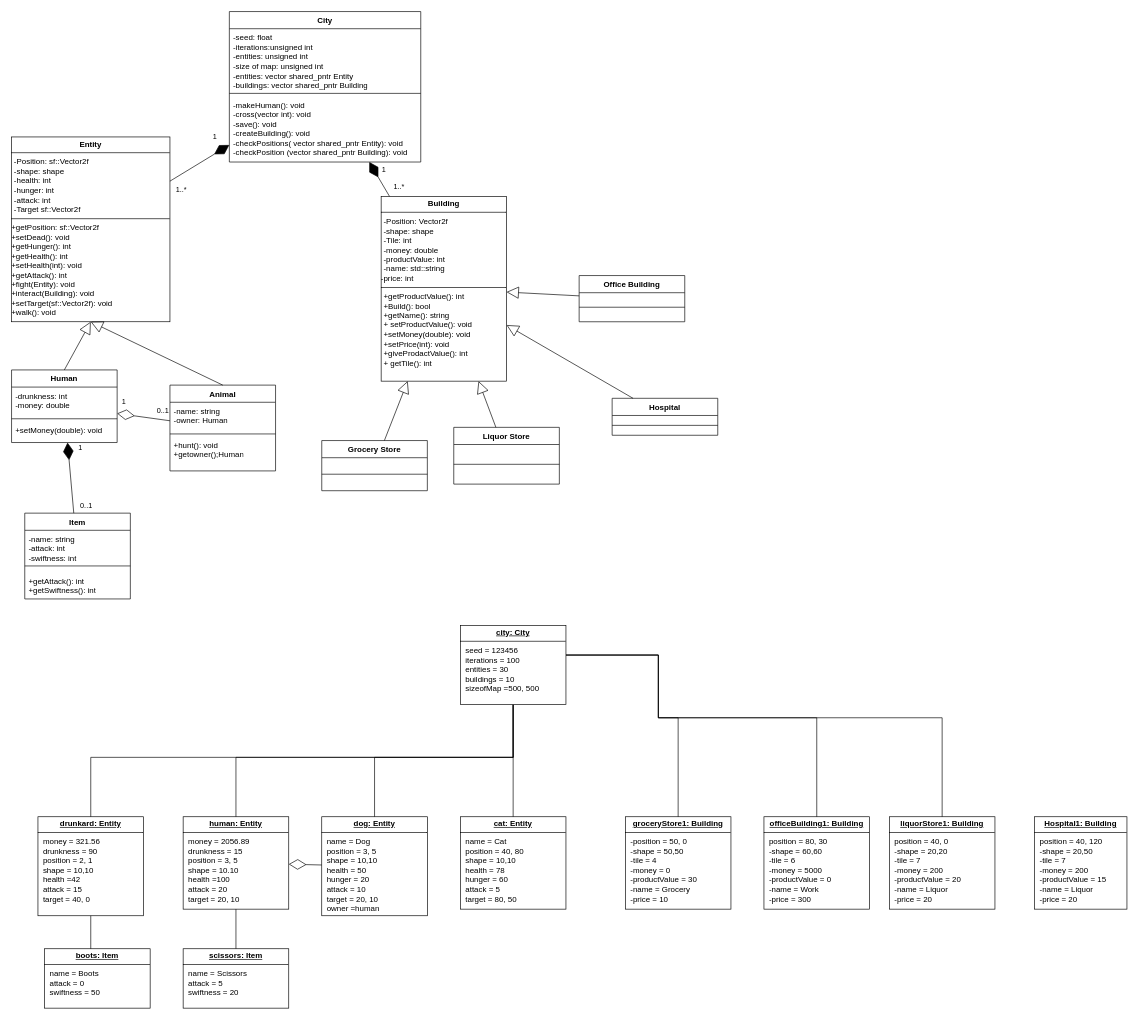
KacKep/city_simulator keeps this draw.io diagram as drawio/Diagram_Class.drawio. Above is the earlier version. Source tidied: cells renumbered, new cells numbered last; positions are measured from the earlier drawing's top-left corner, leaving out a move shared by most shapes. Both pictures are drawn from the tidied source at 66%, with x=0, y=0 at pixel (11, 11).
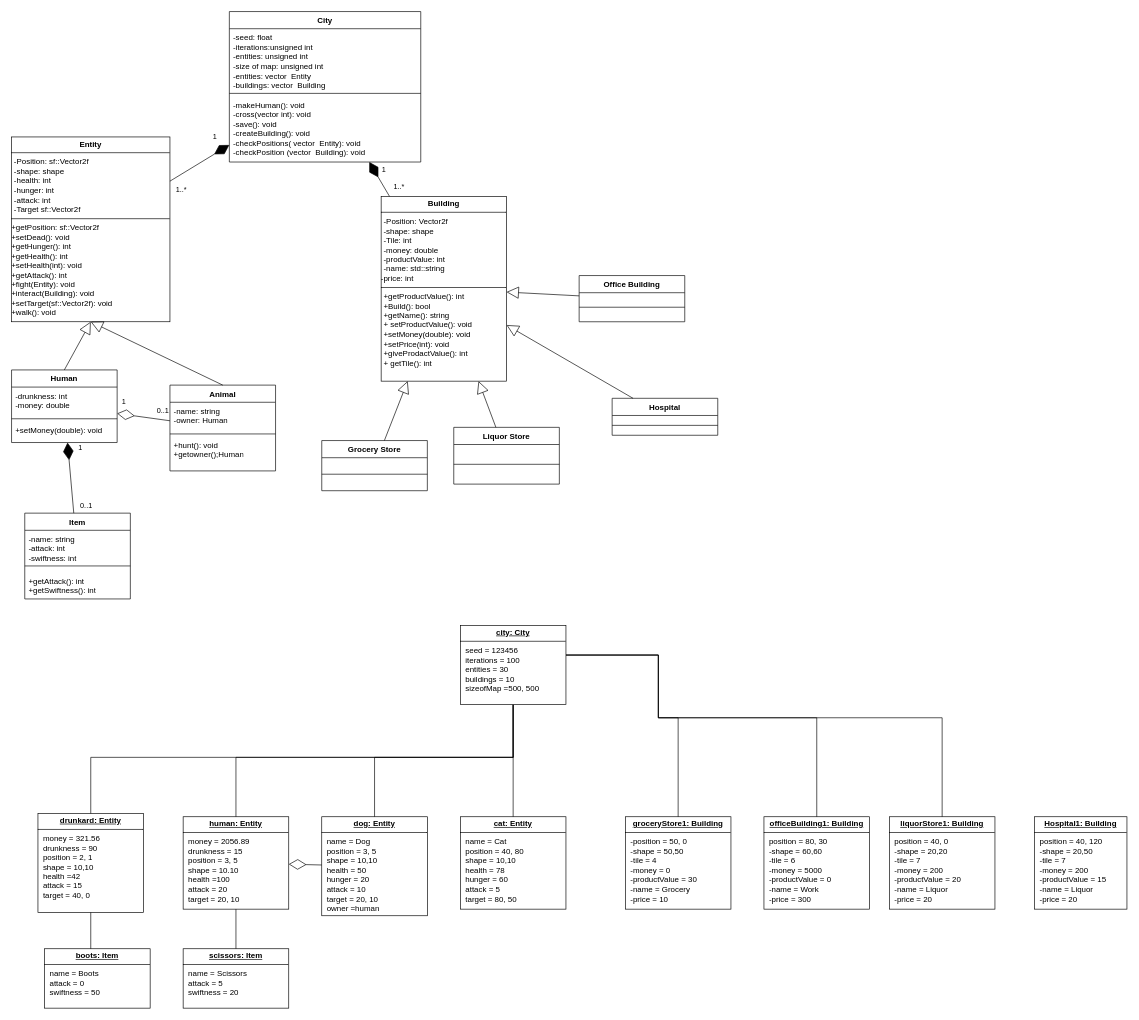
The same diagram, later.

The change refers to these unchanged cells:
```xml
<mxCell id="2" value="City" style="swimlane;fontStyle=1;align=center;verticalAlign=top;horizontal=1;startSize=26;whiteSpace=wrap;html=1;" parent="1" vertex="1">
  <mxGeometry x="330" width="290" height="228" as="geometry" />
</mxCell>
```

What changed in the source:
```diff
@@
-    <mxCell id="3" value="&lt;div&gt;-seed: float&lt;/div&gt;&lt;div&gt;-iterations:&lt;span class=&quot;html-span xdj266r x11i5rnm xat24cr x1mh8g0r xexx8yu x4uap5 x18d9i69 xkhd6sd x1hl2dhg x16tdsg8 x1vvkbs x4k7w5x x1h91t0o x1h9r5lt x1jfb8zj xv2umb2 x1beo9mf xaigb6o x12ejxvf x3igimt xarpa2k xedcshv x1lytzrv x1t2pt76 x7ja8zs x1qrby5j&quot;&gt;&lt;span dir=&quot;auto&quot; style=&quot;----base-line-clamp-line-height: 19.9995px; --lineHeight: 19.9995px;&quot; class=&quot;x1lliihq x1plvlek xryxfnj x1n2onr6 x1ji0vk5 x18bv5gf x193iq5w xeuugli x13faqbe x1vvkbs x1s928wv xhkezso x1gmr53x x1cpjm7i x1fgarty x1943h6x x1xmvt09 x6prxxf x1fcty0u xw2npq5 xudqn12 x3x7a5m xq9mrsl&quot;&gt;unsigned int&lt;/span&gt;&lt;/span&gt;&lt;/div&gt;&lt;div&gt;-entities: &lt;span class=&quot;html-span xdj266r x11i5rnm xat24cr x1mh8g0r xexx8yu x4uap5 x18d9i69 xkhd6sd x1hl2dhg x16tdsg8 x1vvkbs x4k7w5x x1h91t0o x1h9r5lt x1jfb8zj xv2umb2 x1beo9mf xaigb6o x12ejxvf x3igimt xarpa2k xedcshv x1lytzrv x1t2pt76 x7ja8zs x1qrby5j&quot;&gt;&lt;span dir=&quot;auto&quot; style=&quot;----base-line-clamp-line-height: 19.9995px; --lineHeight: 19.9995px;&quot; class=&quot;x1lliihq x1plvlek xryxfnj x1n2onr6 x1ji0vk5 x18bv5gf x193iq5w xeuugli x13faqbe x1vvkbs x1s928wv xhkezso x1gmr53x x1cpjm7i x1fgarty x1943h6x x1xmvt09 x6prxxf x1fcty0u xw2npq5 xudqn12 x3x7a5m xq9mrsl&quot;&gt;unsigned int&lt;/span&gt;&lt;/span&gt;&lt;/div&gt;&lt;div&gt;-size of map: &lt;span class=&quot;html-span xdj266r x11i5rnm xat24cr x1mh8g0r xexx8yu x4uap5 x18d9i69 xkhd6sd x1hl2dhg x16tdsg8 x1vvkbs x4k7w5x x1h91t0o x1h9r5lt x1jfb8zj xv2umb2 x1beo9mf xaigb6o x12ejxvf x3igimt xarpa2k xedcshv x1lytzrv x1t2pt76 x7ja8zs x1qrby5j&quot;&gt;&lt;span dir=&quot;auto&quot; style=&quot;----base-line-clamp-line-height: 19.9995px; --lineHeight: 19.9995px;&quot; class=&quot;x1lliihq x1plvlek xryxfnj x1n2onr6 x1ji0vk5 x18bv5gf x193iq5w xeuugli x13faqbe x1vvkbs x1s928wv xhkezso x1gmr53x x1cpjm7i x1fgarty x1943h6x x1xmvt09 x6prxxf x1fcty0u xw2npq5 xudqn12 x3x7a5m xq9mrsl&quot;&gt;unsigned int&lt;/span&gt;&lt;/span&gt;&lt;/div&gt;&lt;div&gt;-entities: vector shared_pntr Entity&lt;/div&gt;&lt;div&gt;-buildings: vector shared_pntr Building&lt;/div&gt;&lt;div&gt;&lt;br&gt;&lt;/div&gt;&lt;div&gt;&lt;br&gt;&lt;/div&gt;" style="text;strokeColor=none;fillColor=none;align=left;verticalAlign=top;spacingLeft=4;spacingRight=4;overflow=hidden;whiteSpace=wrap;html=1;" parent="2" vertex="1">
+    <mxCell id="3" value="&lt;div&gt;-seed: float&lt;/div&gt;&lt;div&gt;-iterations:&lt;span class=&quot;html-span xdj266r x11i5rnm xat24cr x1mh8g0r xexx8yu x4uap5 x18d9i69 xkhd6sd x1hl2dhg x16tdsg8 x1vvkbs x4k7w5x x1h91t0o x1h9r5lt x1jfb8zj xv2umb2 x1beo9mf xaigb6o x12ejxvf x3igimt xarpa2k xedcshv x1lytzrv x1t2pt76 x7ja8zs x1qrby5j&quot;&gt;&lt;span dir=&quot;auto&quot; style=&quot;----base-line-clamp-line-height: 19.9995px; --lineHeight: 19.9995px;&quot; class=&quot;x1lliihq x1plvlek xryxfnj x1n2onr6 x1ji0vk5 x18bv5gf x193iq5w xeuugli x13faqbe x1vvkbs x1s928wv xhkezso x1gmr53x x1cpjm7i x1fgarty x1943h6x x1xmvt09 x6prxxf x1fcty0u xw2npq5 xudqn12 x3x7a5m xq9mrsl&quot;&gt;unsigned int&lt;/span&gt;&lt;/span&gt;&lt;/div&gt;&lt;div&gt;-entities: &lt;span class=&quot;html-span xdj266r x11i5rnm xat24cr x1mh8g0r xexx8yu x4uap5 x18d9i69 xkhd6sd x1hl2dhg x16tdsg8 x1vvkbs x4k7w5x x1h91t0o x1h9r5lt x1jfb8zj xv2umb2 x1beo9mf xaigb6o x12ejxvf x3igimt xarpa2k xedcshv x1lytzrv x1t2pt76 x7ja8zs x1qrby5j&quot;&gt;&lt;span dir=&quot;auto&quot; style=&quot;----base-line-clamp-line-height: 19.9995px; --lineHeight: 19.9995px;&quot; class=&quot;x1lliihq x1plvlek xryxfnj x1n2onr6 x1ji0vk5 x18bv5gf x193iq5w xeuugli x13faqbe x1vvkbs x1s928wv xhkezso x1gmr53x x1cpjm7i x1fgarty x1943h6x x1xmvt09 x6prxxf x1fcty0u xw2npq5 xudqn12 x3x7a5m xq9mrsl&quot;&gt;unsigned int&lt;/span&gt;&lt;/span&gt;&lt;/div&gt;&lt;div&gt;-size of map: &lt;span class=&quot;html-span xdj266r x11i5rnm xat24cr x1mh8g0r xexx8yu x4uap5 x18d9i69 xkhd6sd x1hl2dhg x16tdsg8 x1vvkbs x4k7w5x x1h91t0o x1h9r5lt x1jfb8zj xv2umb2 x1beo9mf xaigb6o x12ejxvf x3igimt xarpa2k xedcshv x1lytzrv x1t2pt76 x7ja8zs x1qrby5j&quot;&gt;&lt;span dir=&quot;auto&quot; style=&quot;----base-line-clamp-line-height: 19.9995px; --lineHeight: 19.9995px;&quot; class=&quot;x1lliihq x1plvlek xryxfnj x1n2onr6 x1ji0vk5 x18bv5gf x193iq5w xeuugli x13faqbe x1vvkbs x1s928wv xhkezso x1gmr53x x1cpjm7i x1fgarty x1943h6x x1xmvt09 x6prxxf x1fcty0u xw2npq5 xudqn12 x3x7a5m xq9mrsl&quot;&gt;unsigned int&lt;/span&gt;&lt;/span&gt;&lt;/div&gt;&lt;div&gt;-entities: vector&amp;nbsp; Entity&lt;/div&gt;&lt;div&gt;-buildings: vector&amp;nbsp; Building&lt;/div&gt;&lt;div&gt;&lt;br&gt;&lt;/div&gt;&lt;div&gt;&lt;br&gt;&lt;/div&gt;" style="text;strokeColor=none;fillColor=none;align=left;verticalAlign=top;spacingLeft=4;spacingRight=4;overflow=hidden;whiteSpace=wrap;html=1;" parent="2" vertex="1">
       <mxGeometry y="26" width="290" height="94" as="geometry" />
     </mxCell>
@@
-    <mxCell id="5" value="&lt;div&gt;-makeHuman(): void&lt;/div&gt;&lt;div&gt;-cross(vector int): void&lt;/div&gt;&lt;div&gt;-&lt;span class=&quot;html-span xdj266r x11i5rnm xat24cr x1mh8g0r xexx8yu x4uap5 x18d9i69 xkhd6sd x1hl2dhg x16tdsg8 x1vvkbs x4k7w5x x1h91t0o x1h9r5lt x1jfb8zj xv2umb2 x1beo9mf xaigb6o x12ejxvf x3igimt xarpa2k xedcshv x1lytzrv x1t2pt76 x7ja8zs x1qrby5j&quot;&gt;&lt;span dir=&quot;auto&quot; style=&quot;----base-line-clamp-line-height: 19.9995px; --lineHeight: 19.9995px;&quot; class=&quot;x1lliihq x1plvlek xryxfnj x1n2onr6 x1ji0vk5 x18bv5gf x193iq5w xeuugli x13faqbe x1vvkbs x1s928wv xhkezso x1gmr53x x1cpjm7i x1fgarty x1943h6x x1xmvt09 x6prxxf x1fcty0u xnba3h0 xudqn12 x3x7a5m xq9mrsl&quot;&gt;save(): void&lt;/span&gt;&lt;/span&gt;&lt;/div&gt;&lt;div&gt;-createBuilding(): void&lt;/div&gt;&lt;div&gt;-checkPositions(&amp;nbsp;&lt;span style=&quot;background-color: transparent; color: light-dark(rgb(0, 0, 0), rgb(255, 255, 255));&quot;&gt;vector shared_pntr Entity): void&lt;br&gt;&lt;/span&gt;-checkPosition (&lt;span style=&quot;background-color: transparent; color: light-dark(rgb(0, 0, 0), rgb(255, 255, 255));&quot;&gt;vector shared_pntr Building&lt;/span&gt;&lt;span style=&quot;background-color: transparent; color: light-dark(rgb(0, 0, 0), rgb(255, 255, 255));&quot;&gt;): void&lt;/span&gt;&lt;/div&gt;" style="text;strokeColor=none;fillColor=none;align=left;verticalAlign=top;spacingLeft=4;spacingRight=4;overflow=hidden;whiteSpace=wrap;html=1;" parent="2" vertex="1">
+    <mxCell id="5" value="&lt;div&gt;-makeHuman(): void&lt;/div&gt;&lt;div&gt;-cross(vector int): void&lt;/div&gt;&lt;div&gt;-&lt;span class=&quot;html-span xdj266r x11i5rnm xat24cr x1mh8g0r xexx8yu x4uap5 x18d9i69 xkhd6sd x1hl2dhg x16tdsg8 x1vvkbs x4k7w5x x1h91t0o x1h9r5lt x1jfb8zj xv2umb2 x1beo9mf xaigb6o x12ejxvf x3igimt xarpa2k xedcshv x1lytzrv x1t2pt76 x7ja8zs x1qrby5j&quot;&gt;&lt;span dir=&quot;auto&quot; style=&quot;----base-line-clamp-line-height: 19.9995px; --lineHeight: 19.9995px;&quot; class=&quot;x1lliihq x1plvlek xryxfnj x1n2onr6 x1ji0vk5 x18bv5gf x193iq5w xeuugli x13faqbe x1vvkbs x1s928wv xhkezso x1gmr53x x1cpjm7i x1fgarty x1943h6x x1xmvt09 x6prxxf x1fcty0u xnba3h0 xudqn12 x3x7a5m xq9mrsl&quot;&gt;save(): void&lt;/span&gt;&lt;/span&gt;&lt;/div&gt;&lt;div&gt;-createBuilding(): void&lt;/div&gt;&lt;div&gt;-checkPositions(&amp;nbsp;&lt;span style=&quot;background-color: transparent; color: light-dark(rgb(0, 0, 0), rgb(255, 255, 255));&quot;&gt;vector&amp;nbsp; Entity): void&lt;br&gt;&lt;/span&gt;-checkPosition (&lt;span style=&quot;background-color: transparent; color: light-dark(rgb(0, 0, 0), rgb(255, 255, 255));&quot;&gt;vector&amp;nbsp; Building&lt;/span&gt;&lt;span style=&quot;background-color: transparent; color: light-dark(rgb(0, 0, 0), rgb(255, 255, 255));&quot;&gt;): void&lt;/span&gt;&lt;/div&gt;" style="text;strokeColor=none;fillColor=none;align=left;verticalAlign=top;spacingLeft=4;spacingRight=4;overflow=hidden;whiteSpace=wrap;html=1;" parent="2" vertex="1">
       <mxGeometry y="128" width="290" height="100" as="geometry" />
     </mxCell>
@@
     <mxCell id="42" value="&lt;p style=&quot;margin: 4px 0px 0px; text-align: center; text-decoration: underline;&quot;&gt;&lt;b&gt;drunkard: Entity&lt;/b&gt;&lt;/p&gt;&lt;hr size=&quot;1&quot; style=&quot;border-style:solid;&quot;&gt;&lt;p style=&quot;margin:0px;margin-left:8px;&quot;&gt;money = 321.56&lt;/p&gt;&lt;p style=&quot;margin:0px;margin-left:8px;&quot;&gt;drunkness = 90&lt;/p&gt;&lt;p style=&quot;margin:0px;margin-left:8px;&quot;&gt;position = 2, 1&lt;/p&gt;&lt;p style=&quot;margin:0px;margin-left:8px;&quot;&gt;shape = 10,10&lt;/p&gt;&lt;p style=&quot;margin:0px;margin-left:8px;&quot;&gt;health =42&lt;/p&gt;&lt;p style=&quot;margin:0px;margin-left:8px;&quot;&gt;attack = 15&lt;/p&gt;&lt;p style=&quot;margin:0px;margin-left:8px;&quot;&gt;target = 40, 0&lt;/p&gt;" style="verticalAlign=top;align=left;overflow=fill;html=1;whiteSpace=wrap;" parent="1" vertex="1">
-      <mxGeometry x="40" y="1220" width="160" height="150" as="geometry" />
+      <mxGeometry x="40" y="1215" width="160" height="150" as="geometry" />
     </mxCell>
```
